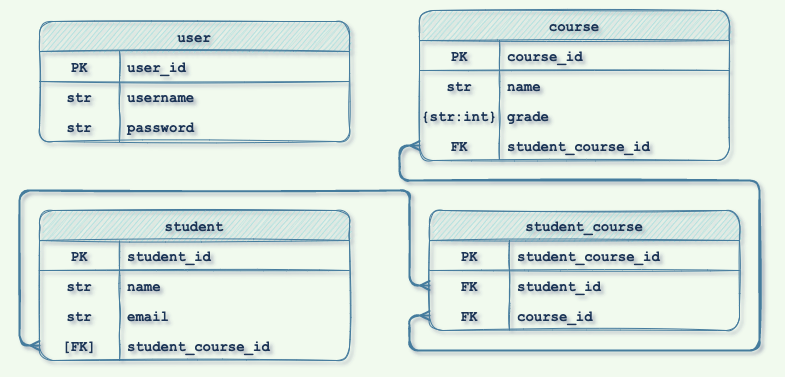
Before: images/png/hoverstate_university_erd.png, a diagram exported from draw.io (austin-rt/hoverstate-university-api). Source tidied: cells renumbered, new cells last; positions are measured from the earlier drawing's top-left corner, leaving out a move shared by most shapes.
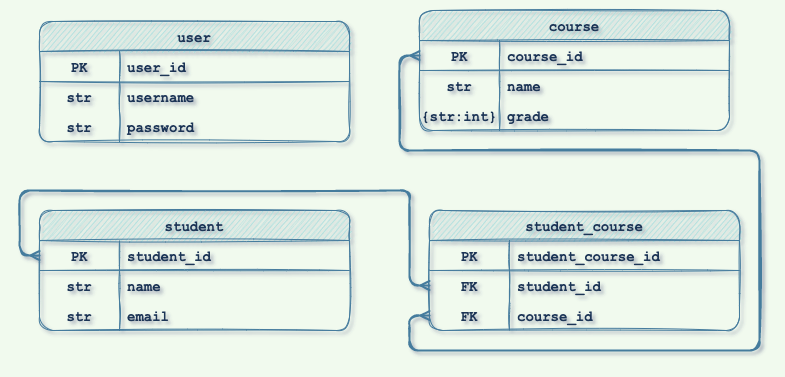
The same diagram one commit later.

Change to the diagram source:
```diff
@@ -2,22 +2,22 @@
   <root>
     <mxCell id="0" />
     <mxCell id="1" parent="0" />
-    <mxCell id="2" style="edgeStyle=orthogonalEdgeStyle;rounded=1;jettySize=auto;html=1;entryX=0;entryY=0.5;entryDx=0;entryDy=0;startArrow=ERmany;startFill=0;endArrow=ERmany;endFill=0;exitX=0;exitY=0.5;exitDx=0;exitDy=0;fillColor=#A8DADC;strokeColor=#457B9D;strokeWidth=2;fontColor=#1D3557;labelBackgroundColor=#F1FAEE;sketch=1;fontSize=14;fontFamily=Courier New;fontStyle=1;" parent="1" edge="1" source="24" target="37">
+    <mxCell id="2" style="edgeStyle=orthogonalEdgeStyle;rounded=1;jettySize=auto;html=1;entryX=0;entryY=0.5;entryDx=0;entryDy=0;startArrow=ERmany;startFill=0;endArrow=ERmany;endFill=0;exitX=0;exitY=0.5;exitDx=0;exitDy=0;fillColor=#A8DADC;strokeColor=#457B9D;strokeWidth=2;fontColor=#1D3557;labelBackgroundColor=#F1FAEE;sketch=1;fontSize=14;fontFamily=Courier New;fontStyle=1;" parent="1" edge="1" source="24" target="28">
       <mxGeometry relative="1" as="geometry">
         <Array as="points">
           <mxPoint x="390" y="305" />
           <mxPoint x="390" y="340" />
           <mxPoint x="740" y="340" />
-          <mxPoint x="740" y="170" />
-          <mxPoint x="380" y="170" />
-          <mxPoint x="380" y="135" />
+          <mxPoint x="740" y="140" />
+          <mxPoint x="380" y="140" />
+          <mxPoint x="380" y="45" />
         </Array>
       </mxGeometry>
     </mxCell>
-    <mxCell id="3" style="edgeStyle=orthogonalEdgeStyle;rounded=1;jettySize=auto;html=1;entryX=0;entryY=0.5;entryDx=0;entryDy=0;startArrow=ERmany;startFill=0;endArrow=ERmany;endFill=0;fillColor=#A8DADC;strokeColor=#457B9D;strokeWidth=2;fontColor=#1D3557;labelBackgroundColor=#F1FAEE;sketch=1;fontSize=14;fontFamily=Courier New;fontStyle=1;exitX=0;exitY=0.5;exitDx=0;exitDy=0;" parent="1" edge="1" source="14" target="21">
+    <mxCell id="3" style="edgeStyle=orthogonalEdgeStyle;rounded=1;jettySize=auto;html=1;entryX=0;entryY=0.5;entryDx=0;entryDy=0;startArrow=ERmany;startFill=0;endArrow=ERmany;endFill=0;fillColor=#A8DADC;strokeColor=#457B9D;strokeWidth=2;fontColor=#1D3557;labelBackgroundColor=#F1FAEE;sketch=1;fontSize=14;fontFamily=Courier New;fontStyle=1;exitX=0;exitY=0.5;exitDx=0;exitDy=0;" parent="1" edge="1" source="5" target="21">
       <mxGeometry relative="1" as="geometry">
         <Array as="points">
-          <mxPoint y="335" />
+          <mxPoint y="245" />
           <mxPoint y="180" />
           <mxPoint x="390" y="180" />
           <mxPoint x="390" y="275" />
@@ -25,7 +25,7 @@
       </mxGeometry>
     </mxCell>
     <mxCell id="4" value="student" style="shape=table;startSize=30;rowLines=0;fontStyle=1;align=center;rounded=1;sketch=1;strokeColor=#457B9D;fontFamily=Courier New;fontSize=14;fontColor=#1D3557;fillColor=#A8DADC;spacing=50;" parent="1" vertex="1">
-      <mxGeometry x="20" y="200" width="310" height="150" as="geometry" />
+      <mxGeometry x="20" y="200" width="310" height="120" as="geometry" />
     </mxCell>
     <mxCell id="5" style="shape=tableRow;horizontal=0;startSize=0;swimlaneHead=0;swimlaneBody=0;fillColor=none;points=[[0,0.5],[1,0.5]];portConstraint=eastwest;top=0;left=0;right=0;bottom=1;rounded=1;sketch=1;strokeColor=#457B9D;fontFamily=Courier New;fontSize=14;fontColor=#1D3557;fontStyle=1;" parent="4" vertex="1">
       <mxGeometry y="30" width="310" height="30" as="geometry" />
@@ -54,15 +54,6 @@
     <mxCell id="13" value="email" style="shape=partialRectangle;fillColor=none;top=0;left=0;bottom=0;right=0;align=left;spacingLeft=6;overflow=hidden;rounded=1;sketch=1;strokeColor=#457B9D;fontFamily=Courier New;fontSize=14;fontColor=#1D3557;startSize=0;fontStyle=1;" parent="11" vertex="1">
       <mxGeometry x="80" width="230" height="30" as="geometry" />
     </mxCell>
-    <mxCell id="14" style="shape=tableRow;horizontal=0;startSize=0;swimlaneHead=0;swimlaneBody=0;fillColor=none;points=[[0,0.5],[1,0.5]];portConstraint=eastwest;top=0;left=0;right=0;bottom=0;rounded=1;sketch=1;strokeColor=#457B9D;fontFamily=Courier New;fontSize=14;fontColor=#1D3557;fontStyle=1;" parent="4" vertex="1">
-      <mxGeometry y="120" width="310" height="30" as="geometry" />
-    </mxCell>
-    <mxCell id="15" value="[FK]" style="shape=partialRectangle;fillColor=none;top=0;left=0;bottom=0;right=0;overflow=hidden;rounded=1;sketch=1;strokeColor=#457B9D;fontFamily=Courier New;fontSize=14;fontColor=#1D3557;startSize=0;fontStyle=1;" parent="14" vertex="1">
-      <mxGeometry width="80" height="30" as="geometry" />
-    </mxCell>
-    <mxCell id="16" value="student_course_id" style="shape=partialRectangle;fillColor=none;top=0;left=0;bottom=0;right=0;align=left;spacingLeft=6;overflow=hidden;rounded=1;sketch=1;strokeColor=#457B9D;fontFamily=Courier New;fontSize=14;fontColor=#1D3557;startSize=0;fontStyle=1;" parent="14" vertex="1">
-      <mxGeometry x="80" width="230" height="30" as="geometry" />
-    </mxCell>
     <mxCell id="17" value="student_course" style="shape=table;startSize=30;rowLines=0;fontStyle=1;align=center;rounded=1;sketch=1;strokeColor=#457B9D;fontFamily=Courier New;fontSize=14;fontColor=#1D3557;fillColor=#A8DADC;" parent="1" vertex="1">
       <mxGeometry x="410" y="200" width="310" height="120" as="geometry" />
     </mxCell>
@@ -94,7 +85,7 @@
       <mxGeometry x="80" width="230" height="30" as="geometry" />
     </mxCell>
     <mxCell id="27" value="course" style="shape=table;startSize=30;rowLines=0;fontStyle=1;align=center;rounded=1;sketch=1;strokeColor=#457B9D;fontFamily=Courier New;fontSize=14;fontColor=#1D3557;fillColor=#A8DADC;" parent="1" vertex="1">
-      <mxGeometry x="400" width="310" height="150" as="geometry" />
+      <mxGeometry x="400" width="310" height="120" as="geometry" />
     </mxCell>
     <mxCell id="28" style="shape=tableRow;horizontal=0;startSize=0;swimlaneHead=0;swimlaneBody=0;fillColor=none;points=[[0,0.5],[1,0.5]];portConstraint=eastwest;top=0;left=0;right=0;bottom=1;rounded=1;sketch=1;strokeColor=#457B9D;fontFamily=Courier New;fontSize=14;fontColor=#1D3557;fontStyle=1;" parent="27" vertex="1">
       <mxGeometry y="30" width="310" height="30" as="geometry" />
@@ -123,15 +114,6 @@
     <mxCell id="36" value="grade" style="shape=partialRectangle;fillColor=none;top=0;left=0;bottom=0;right=0;align=left;spacingLeft=6;overflow=hidden;rounded=1;sketch=1;strokeColor=#457B9D;fontFamily=Courier New;fontSize=14;fontColor=#1D3557;startSize=0;fontStyle=1;" parent="34" vertex="1">
       <mxGeometry x="80" width="230" height="30" as="geometry" />
     </mxCell>
-    <mxCell id="37" style="shape=tableRow;horizontal=0;startSize=0;swimlaneHead=0;swimlaneBody=0;fillColor=none;points=[[0,0.5],[1,0.5]];portConstraint=eastwest;top=0;left=0;right=0;bottom=0;rounded=1;sketch=1;strokeColor=#457B9D;fontFamily=Courier New;fontSize=14;fontColor=#1D3557;fontStyle=1;" parent="27" vertex="1">
-      <mxGeometry y="120" width="310" height="30" as="geometry" />
-    </mxCell>
-    <mxCell id="38" value="FK" style="shape=partialRectangle;fillColor=none;top=0;left=0;bottom=0;right=0;overflow=hidden;rounded=1;sketch=1;strokeColor=#457B9D;fontFamily=Courier New;fontSize=14;fontColor=#1D3557;startSize=0;fontStyle=1;" parent="37" vertex="1">
-      <mxGeometry width="80" height="30" as="geometry" />
-    </mxCell>
-    <mxCell id="39" value="student_course_id" style="shape=partialRectangle;fillColor=none;top=0;left=0;bottom=0;right=0;align=left;spacingLeft=6;overflow=hidden;rounded=1;sketch=1;strokeColor=#457B9D;fontFamily=Courier New;fontSize=14;fontColor=#1D3557;startSize=0;fontStyle=1;" parent="37" vertex="1">
-      <mxGeometry x="80" width="230" height="30" as="geometry" />
-    </mxCell>
     <mxCell id="40" value="user" style="shape=table;startSize=30;rowLines=0;fontStyle=1;align=center;rounded=1;sketch=1;strokeColor=#457B9D;fontFamily=Courier New;fontSize=14;fontColor=#1D3557;fillColor=#A8DADC;" parent="1" vertex="1">
       <mxGeometry x="20" y="11" width="310" height="120" as="geometry" />
     </mxCell>
```
